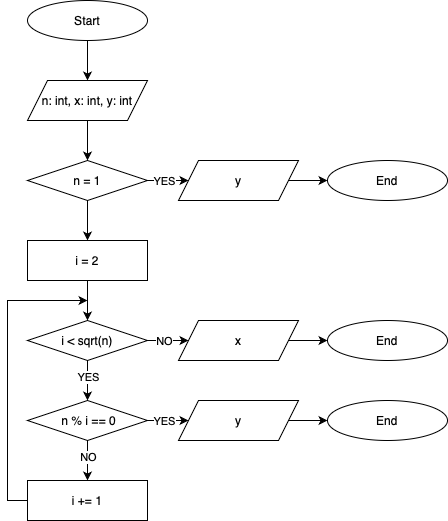
Before: data/human_eval/p150/fc/l3.drawio.png, a diagram exported from draw.io (carlodenardin/svlm). Source tidied: cells renumbered, new cells last; positions are measured from the earlier drawing's top-left corner, leaving out a move shared by most shapes. Source of this version:
```xml
<mxGraphModel background="#ffffff">
  <root>
    <mxCell id="0" />
    <mxCell id="1" parent="0" />
    <mxCell id="2" value="Start" style="ellipse;whiteSpace=wrap;html=1;" parent="1" vertex="1">
      <mxGeometry x="20" width="120" height="40" as="geometry" />
    </mxCell>
    <mxCell id="3" style="endArrow=classic;html=1;rounded=0;exitX=0.5;exitY=1;exitDx=0;exitDy=0;entryX=0.5;entryY=0;entryDx=0;entryDy=0;" parent="1" edge="1" source="2" target="6">
      <mxGeometry relative="1" as="geometry" />
    </mxCell>
    <mxCell id="4" value="End" style="ellipse;whiteSpace=wrap;html=1;" parent="1" vertex="1">
      <mxGeometry x="320" y="160" width="120" height="40" as="geometry" />
    </mxCell>
    <mxCell id="5" style="endArrow=classic;html=1;rounded=0;entryX=0;entryY=0.5;entryDx=0;entryDy=0;exitX=1;exitY=0.5;exitDx=0;exitDy=0;" parent="1" edge="1" source="9" target="4">
      <mxGeometry relative="1" as="geometry" />
    </mxCell>
    <mxCell id="6" value="n: int, x: int, y: int" style="shape=parallelogram;perimeter=parallelogramPerimeter;whiteSpace=wrap;html=1;fixedSize=1;" parent="1" vertex="1">
      <mxGeometry x="20" y="80" width="120" height="40" as="geometry" />
    </mxCell>
    <mxCell id="7" value="n = 1" style="rhombus;whiteSpace=wrap;html=1;" parent="1" vertex="1">
      <mxGeometry x="20" y="160" width="120" height="40" as="geometry" />
    </mxCell>
    <mxCell id="8" style="endArrow=classic;html=1;rounded=0;exitX=0.5;exitY=1;exitDx=0;exitDy=0;entryX=0.5;entryY=0;entryDx=0;entryDy=0;" parent="1" edge="1" source="6" target="7">
      <mxGeometry relative="1" as="geometry" />
    </mxCell>
    <mxCell id="9" value="y" style="shape=parallelogram;perimeter=parallelogramPerimeter;whiteSpace=wrap;html=1;fixedSize=1;" parent="1" vertex="1">
      <mxGeometry x="171" y="160" width="120" height="40" as="geometry" />
    </mxCell>
    <mxCell id="10" style="endArrow=classic;html=1;rounded=0;exitX=1;exitY=0.5;exitDx=0;exitDy=0;entryX=0;entryY=0.5;entryDx=0;entryDy=0;" parent="1" edge="1" source="7" target="9">
      <mxGeometry relative="1" as="geometry" />
    </mxCell>
    <mxCell id="11" value="YES" style="edgeLabel;html=1;align=center;verticalAlign=middle;" parent="10" vertex="1">
      <mxGeometry x="0.14" y="-2" relative="1" as="geometry">
        <mxPoint x="-7" y="-2" as="offset" />
      </mxGeometry>
    </mxCell>
    <mxCell id="12" style="endArrow=classic;html=1;rounded=0;exitX=0.5;exitY=1;exitDx=0;exitDy=0;entryX=0.5;entryY=0;entryDx=0;entryDy=0;" parent="1" edge="1" source="7" target="13">
      <mxGeometry relative="1" as="geometry" />
    </mxCell>
    <mxCell id="13" value="i = 2" style="rounded=0;whiteSpace=wrap;html=1;" parent="1" vertex="1">
      <mxGeometry x="20" y="240" width="120" height="40" as="geometry" />
    </mxCell>
    <mxCell id="14" value="&amp;nbsp;n % i == 0" style="rhombus;whiteSpace=wrap;html=1;" parent="1" vertex="1">
      <mxGeometry x="20" y="400" width="120" height="40" as="geometry" />
    </mxCell>
    <mxCell id="15" style="endArrow=classic;html=1;rounded=0;exitX=0.5;exitY=1;exitDx=0;exitDy=0;entryX=0.5;entryY=0;entryDx=0;entryDy=0;" parent="1" edge="1" source="13" target="19">
      <mxGeometry relative="1" as="geometry" />
    </mxCell>
    <mxCell id="16" style="endArrow=classic;html=1;rounded=0;exitX=0.5;exitY=1;exitDx=0;exitDy=0;entryX=0.5;entryY=0;entryDx=0;entryDy=0;" parent="1" edge="1" source="14" target="18">
      <mxGeometry relative="1" as="geometry" />
    </mxCell>
    <mxCell id="17" value="NO" style="edgeLabel;html=1;align=center;verticalAlign=middle;" parent="16" vertex="1">
      <mxGeometry x="-0.22" y="1" relative="1" as="geometry">
        <mxPoint x="-1" as="offset" />
      </mxGeometry>
    </mxCell>
    <mxCell id="18" value="i += 1" style="rounded=0;whiteSpace=wrap;html=1;" parent="1" vertex="1">
      <mxGeometry x="20" y="480" width="120" height="40" as="geometry" />
    </mxCell>
    <mxCell id="19" value="i &amp;lt; sqrt(n)" style="rhombus;whiteSpace=wrap;html=1;" parent="1" vertex="1">
      <mxGeometry x="20" y="320" width="120" height="40" as="geometry" />
    </mxCell>
    <mxCell id="20" style="endArrow=classic;html=1;rounded=0;exitX=0.5;exitY=1;exitDx=0;exitDy=0;entryX=0.5;entryY=0;entryDx=0;entryDy=0;" parent="1" edge="1" source="19" target="14">
      <mxGeometry relative="1" as="geometry" />
    </mxCell>
    <mxCell id="21" value="YES" style="edgeLabel;html=1;align=center;verticalAlign=middle;" parent="20" vertex="1">
      <mxGeometry x="-0.19" relative="1" as="geometry" />
    </mxCell>
    <mxCell id="22" value="End" style="ellipse;whiteSpace=wrap;html=1;" parent="1" vertex="1">
      <mxGeometry x="320" y="400" width="120" height="40" as="geometry" />
    </mxCell>
    <mxCell id="23" style="endArrow=classic;html=1;rounded=0;entryX=0;entryY=0.5;entryDx=0;entryDy=0;exitX=1;exitY=0.5;exitDx=0;exitDy=0;" parent="1" edge="1" source="24" target="22">
      <mxGeometry relative="1" as="geometry" />
    </mxCell>
    <mxCell id="24" value="y" style="shape=parallelogram;perimeter=parallelogramPerimeter;whiteSpace=wrap;html=1;fixedSize=1;" parent="1" vertex="1">
      <mxGeometry x="171" y="400" width="120" height="40" as="geometry" />
    </mxCell>
    <mxCell id="25" style="endArrow=classic;html=1;rounded=0;exitX=1;exitY=0.5;exitDx=0;exitDy=0;entryX=0;entryY=0.5;entryDx=0;entryDy=0;" parent="1" edge="1" target="24">
      <mxGeometry relative="1" as="geometry">
        <mxPoint x="140" y="420" as="sourcePoint" />
      </mxGeometry>
    </mxCell>
    <mxCell id="26" value="YES" style="edgeLabel;html=1;align=center;verticalAlign=middle;" parent="25" vertex="1">
      <mxGeometry x="0.14" y="-2" relative="1" as="geometry">
        <mxPoint x="-7" y="-2" as="offset" />
      </mxGeometry>
    </mxCell>
    <mxCell id="27" value="End" style="ellipse;whiteSpace=wrap;html=1;" parent="1" vertex="1">
      <mxGeometry x="320" y="320" width="120" height="40" as="geometry" />
    </mxCell>
    <mxCell id="28" style="endArrow=classic;html=1;rounded=0;entryX=0;entryY=0.5;entryDx=0;entryDy=0;exitX=1;exitY=0.5;exitDx=0;exitDy=0;" parent="1" edge="1" source="29" target="27">
      <mxGeometry relative="1" as="geometry" />
    </mxCell>
    <mxCell id="29" value="x" style="shape=parallelogram;perimeter=parallelogramPerimeter;whiteSpace=wrap;html=1;fixedSize=1;" parent="1" vertex="1">
      <mxGeometry x="171" y="320" width="120" height="40" as="geometry" />
    </mxCell>
    <mxCell id="30" style="endArrow=classic;html=1;rounded=0;exitX=1;exitY=0.5;exitDx=0;exitDy=0;entryX=0;entryY=0.5;entryDx=0;entryDy=0;" parent="1" edge="1" target="29">
      <mxGeometry relative="1" as="geometry">
        <mxPoint x="140" y="340" as="sourcePoint" />
      </mxGeometry>
    </mxCell>
    <mxCell id="31" value="NO" style="edgeLabel;html=1;align=center;verticalAlign=middle;" parent="30" vertex="1">
      <mxGeometry x="0.14" y="-2" relative="1" as="geometry">
        <mxPoint x="-7" y="-2" as="offset" />
      </mxGeometry>
    </mxCell>
    <mxCell id="32" style="endArrow=classic;html=1;rounded=0;exitX=0;exitY=0.5;exitDx=0;exitDy=0;" parent="1" edge="1" source="18">
      <mxGeometry relative="1" as="geometry">
        <mxPoint x="80" y="300" as="targetPoint" />
        <Array as="points">
          <mxPoint y="500" />
          <mxPoint y="300" />
        </Array>
      </mxGeometry>
    </mxCell>
  </root>
</mxGraphModel>
```
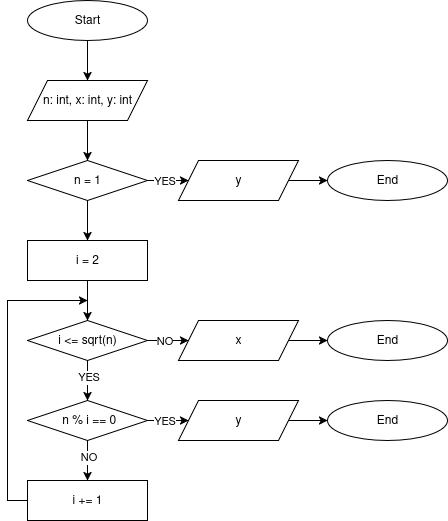
After the commit.

Change to the diagram source:
```diff
@@ -8,12 +8,12 @@
     <mxCell id="3" style="endArrow=classic;html=1;rounded=0;exitX=0.5;exitY=1;exitDx=0;exitDy=0;entryX=0.5;entryY=0;entryDx=0;entryDy=0;" parent="1" edge="1" source="2" target="6">
       <mxGeometry relative="1" as="geometry" />
     </mxCell>
-    <mxCell id="4" value="End" style="ellipse;whiteSpace=wrap;html=1;" parent="1" vertex="1">
-      <mxGeometry x="320" y="160" width="120" height="40" as="geometry" />
-    </mxCell>
-    <mxCell id="5" style="endArrow=classic;html=1;rounded=0;entryX=0;entryY=0.5;entryDx=0;entryDy=0;exitX=1;exitY=0.5;exitDx=0;exitDy=0;" parent="1" edge="1" source="9" target="4">
-      <mxGeometry relative="1" as="geometry" />
-    </mxCell>
+    <mxCell id="33" value="End" style="ellipse;whiteSpace=wrap;html=1;" parent="1" vertex="1">
+      <mxGeometry x="320" y="160" width="120" height="40" as="geometry" />
+    </mxCell>
+    <mxCell id="34" style="endArrow=classic;html=1;rounded=0;entryX=0;entryY=0.5;entryDx=0;entryDy=0;exitX=1;exitY=0.5;exitDx=0;exitDy=0;" parent="1" edge="1" source="35" target="33">
+      <mxGeometry relative="1" as="geometry" />
+    </mxCell>
     <mxCell id="6" value="n: int, x: int, y: int" style="shape=parallelogram;perimeter=parallelogramPerimeter;whiteSpace=wrap;html=1;fixedSize=1;" parent="1" vertex="1">
       <mxGeometry x="20" y="80" width="120" height="40" as="geometry" />
     </mxCell>
@@ -23,17 +23,17 @@
     <mxCell id="8" style="endArrow=classic;html=1;rounded=0;exitX=0.5;exitY=1;exitDx=0;exitDy=0;entryX=0.5;entryY=0;entryDx=0;entryDy=0;" parent="1" edge="1" source="6" target="7">
       <mxGeometry relative="1" as="geometry" />
     </mxCell>
-    <mxCell id="9" value="y" style="shape=parallelogram;perimeter=parallelogramPerimeter;whiteSpace=wrap;html=1;fixedSize=1;" parent="1" vertex="1">
-      <mxGeometry x="171" y="160" width="120" height="40" as="geometry" />
-    </mxCell>
-    <mxCell id="10" style="endArrow=classic;html=1;rounded=0;exitX=1;exitY=0.5;exitDx=0;exitDy=0;entryX=0;entryY=0.5;entryDx=0;entryDy=0;" parent="1" edge="1" source="7" target="9">
-      <mxGeometry relative="1" as="geometry" />
-    </mxCell>
-    <mxCell id="11" value="YES" style="edgeLabel;html=1;align=center;verticalAlign=middle;" parent="10" vertex="1">
-      <mxGeometry x="0.14" y="-2" relative="1" as="geometry">
-        <mxPoint x="-7" y="-2" as="offset" />
-      </mxGeometry>
-    </mxCell>
+    <mxCell id="35" value="y" style="shape=parallelogram;perimeter=parallelogramPerimeter;whiteSpace=wrap;html=1;fixedSize=1;" parent="1" vertex="1">
+      <mxGeometry x="171" y="160" width="120" height="40" as="geometry" />
+    </mxCell>
+    <mxCell id="36" style="endArrow=classic;html=1;rounded=0;exitX=1;exitY=0.5;exitDx=0;exitDy=0;entryX=0;entryY=0.5;entryDx=0;entryDy=0;" parent="1" edge="1" source="7" target="35">
+      <mxGeometry relative="1" as="geometry" />
+    </mxCell>
+    <mxCell id="37" value="YES" style="edgeLabel;html=1;align=center;verticalAlign=middle;" parent="36" vertex="1">
+      <mxGeometry x="0.14" y="-2" relative="1" as="geometry">
+        <mxPoint x="-7" y="-2" as="offset" />
+      </mxGeometry>
+    </mxCell>
     <mxCell id="12" style="endArrow=classic;html=1;rounded=0;exitX=0.5;exitY=1;exitDx=0;exitDy=0;entryX=0.5;entryY=0;entryDx=0;entryDy=0;" parent="1" edge="1" source="7" target="13">
       <mxGeometry relative="1" as="geometry" />
     </mxCell>
@@ -43,75 +43,75 @@
     <mxCell id="14" value="&amp;nbsp;n % i == 0" style="rhombus;whiteSpace=wrap;html=1;" parent="1" vertex="1">
       <mxGeometry x="20" y="400" width="120" height="40" as="geometry" />
     </mxCell>
-    <mxCell id="15" style="endArrow=classic;html=1;rounded=0;exitX=0.5;exitY=1;exitDx=0;exitDy=0;entryX=0.5;entryY=0;entryDx=0;entryDy=0;" parent="1" edge="1" source="13" target="19">
-      <mxGeometry relative="1" as="geometry" />
-    </mxCell>
+    <mxCell id="38" style="endArrow=classic;html=1;rounded=0;exitX=0.5;exitY=1;exitDx=0;exitDy=0;entryX=0.5;entryY=0;entryDx=0;entryDy=0;" parent="1" edge="1" source="13" target="40">
+      <mxGeometry relative="1" as="geometry" />
+    </mxCell>
     <mxCell id="16" style="endArrow=classic;html=1;rounded=0;exitX=0.5;exitY=1;exitDx=0;exitDy=0;entryX=0.5;entryY=0;entryDx=0;entryDy=0;" parent="1" edge="1" source="14" target="18">
       <mxGeometry relative="1" as="geometry" />
     </mxCell>
-    <mxCell id="17" value="NO" style="edgeLabel;html=1;align=center;verticalAlign=middle;" parent="16" vertex="1">
-      <mxGeometry x="-0.22" y="1" relative="1" as="geometry">
-        <mxPoint x="-1" as="offset" />
-      </mxGeometry>
-    </mxCell>
+    <mxCell id="39" value="NO" style="edgeLabel;html=1;align=center;verticalAlign=middle;" parent="16" vertex="1">
+      <mxGeometry x="-0.22" y="1" relative="1" as="geometry">
+        <mxPoint x="-1" as="offset" />
+      </mxGeometry>
+    </mxCell>
     <mxCell id="18" value="i += 1" style="rounded=0;whiteSpace=wrap;html=1;" parent="1" vertex="1">
       <mxGeometry x="20" y="480" width="120" height="40" as="geometry" />
     </mxCell>
-    <mxCell id="19" value="i &amp;lt; sqrt(n)" style="rhombus;whiteSpace=wrap;html=1;" parent="1" vertex="1">
-      <mxGeometry x="20" y="320" width="120" height="40" as="geometry" />
-    </mxCell>
-    <mxCell id="20" style="endArrow=classic;html=1;rounded=0;exitX=0.5;exitY=1;exitDx=0;exitDy=0;entryX=0.5;entryY=0;entryDx=0;entryDy=0;" parent="1" edge="1" source="19" target="14">
-      <mxGeometry relative="1" as="geometry" />
-    </mxCell>
-    <mxCell id="21" value="YES" style="edgeLabel;html=1;align=center;verticalAlign=middle;" parent="20" vertex="1">
-      <mxGeometry x="-0.19" relative="1" as="geometry" />
-    </mxCell>
-    <mxCell id="22" value="End" style="ellipse;whiteSpace=wrap;html=1;" parent="1" vertex="1">
-      <mxGeometry x="320" y="400" width="120" height="40" as="geometry" />
-    </mxCell>
-    <mxCell id="23" style="endArrow=classic;html=1;rounded=0;entryX=0;entryY=0.5;entryDx=0;entryDy=0;exitX=1;exitY=0.5;exitDx=0;exitDy=0;" parent="1" edge="1" source="24" target="22">
-      <mxGeometry relative="1" as="geometry" />
-    </mxCell>
-    <mxCell id="24" value="y" style="shape=parallelogram;perimeter=parallelogramPerimeter;whiteSpace=wrap;html=1;fixedSize=1;" parent="1" vertex="1">
-      <mxGeometry x="171" y="400" width="120" height="40" as="geometry" />
-    </mxCell>
-    <mxCell id="25" style="endArrow=classic;html=1;rounded=0;exitX=1;exitY=0.5;exitDx=0;exitDy=0;entryX=0;entryY=0.5;entryDx=0;entryDy=0;" parent="1" edge="1" target="24">
-      <mxGeometry relative="1" as="geometry">
-        <mxPoint x="140" y="420" as="sourcePoint" />
-      </mxGeometry>
-    </mxCell>
-    <mxCell id="26" value="YES" style="edgeLabel;html=1;align=center;verticalAlign=middle;" parent="25" vertex="1">
-      <mxGeometry x="0.14" y="-2" relative="1" as="geometry">
-        <mxPoint x="-7" y="-2" as="offset" />
-      </mxGeometry>
-    </mxCell>
-    <mxCell id="27" value="End" style="ellipse;whiteSpace=wrap;html=1;" parent="1" vertex="1">
-      <mxGeometry x="320" y="320" width="120" height="40" as="geometry" />
-    </mxCell>
-    <mxCell id="28" style="endArrow=classic;html=1;rounded=0;entryX=0;entryY=0.5;entryDx=0;entryDy=0;exitX=1;exitY=0.5;exitDx=0;exitDy=0;" parent="1" edge="1" source="29" target="27">
-      <mxGeometry relative="1" as="geometry" />
-    </mxCell>
+    <mxCell id="40" value="i &amp;lt;= sqrt(n)" style="rhombus;whiteSpace=wrap;html=1;" parent="1" vertex="1">
+      <mxGeometry x="20" y="320" width="120" height="40" as="geometry" />
+    </mxCell>
+    <mxCell id="41" style="endArrow=classic;html=1;rounded=0;exitX=0.5;exitY=1;exitDx=0;exitDy=0;entryX=0.5;entryY=0;entryDx=0;entryDy=0;" parent="1" edge="1" source="40" target="14">
+      <mxGeometry relative="1" as="geometry" />
+    </mxCell>
+    <mxCell id="42" value="YES" style="edgeLabel;html=1;align=center;verticalAlign=middle;" parent="41" vertex="1">
+      <mxGeometry x="-0.19" relative="1" as="geometry" />
+    </mxCell>
+    <mxCell id="43" value="End" style="ellipse;whiteSpace=wrap;html=1;" parent="1" vertex="1">
+      <mxGeometry x="320" y="400" width="120" height="40" as="geometry" />
+    </mxCell>
+    <mxCell id="44" style="endArrow=classic;html=1;rounded=0;entryX=0;entryY=0.5;entryDx=0;entryDy=0;exitX=1;exitY=0.5;exitDx=0;exitDy=0;" parent="1" edge="1" source="45" target="43">
+      <mxGeometry relative="1" as="geometry" />
+    </mxCell>
+    <mxCell id="45" value="y" style="shape=parallelogram;perimeter=parallelogramPerimeter;whiteSpace=wrap;html=1;fixedSize=1;" parent="1" vertex="1">
+      <mxGeometry x="171" y="400" width="120" height="40" as="geometry" />
+    </mxCell>
+    <mxCell id="46" style="endArrow=classic;html=1;rounded=0;exitX=1;exitY=0.5;exitDx=0;exitDy=0;entryX=0;entryY=0.5;entryDx=0;entryDy=0;" parent="1" edge="1" target="45">
+      <mxGeometry relative="1" as="geometry">
+        <mxPoint x="140" y="420" as="sourcePoint" />
+      </mxGeometry>
+    </mxCell>
+    <mxCell id="47" value="YES" style="edgeLabel;html=1;align=center;verticalAlign=middle;" parent="46" vertex="1">
+      <mxGeometry x="0.14" y="-2" relative="1" as="geometry">
+        <mxPoint x="-7" y="-2" as="offset" />
+      </mxGeometry>
+    </mxCell>
+    <mxCell id="48" value="End" style="ellipse;whiteSpace=wrap;html=1;" parent="1" vertex="1">
+      <mxGeometry x="320" y="320" width="120" height="40" as="geometry" />
+    </mxCell>
+    <mxCell id="49" style="endArrow=classic;html=1;rounded=0;entryX=0;entryY=0.5;entryDx=0;entryDy=0;exitX=1;exitY=0.5;exitDx=0;exitDy=0;" parent="1" edge="1" source="29" target="48">
+      <mxGeometry relative="1" as="geometry" />
+    </mxCell>
     <mxCell id="29" value="x" style="shape=parallelogram;perimeter=parallelogramPerimeter;whiteSpace=wrap;html=1;fixedSize=1;" parent="1" vertex="1">
       <mxGeometry x="171" y="320" width="120" height="40" as="geometry" />
     </mxCell>
-    <mxCell id="30" style="endArrow=classic;html=1;rounded=0;exitX=1;exitY=0.5;exitDx=0;exitDy=0;entryX=0;entryY=0.5;entryDx=0;entryDy=0;" parent="1" edge="1" target="29">
-      <mxGeometry relative="1" as="geometry">
-        <mxPoint x="140" y="340" as="sourcePoint" />
-      </mxGeometry>
-    </mxCell>
-    <mxCell id="31" value="NO" style="edgeLabel;html=1;align=center;verticalAlign=middle;" parent="30" vertex="1">
-      <mxGeometry x="0.14" y="-2" relative="1" as="geometry">
-        <mxPoint x="-7" y="-2" as="offset" />
-      </mxGeometry>
-    </mxCell>
-    <mxCell id="32" style="endArrow=classic;html=1;rounded=0;exitX=0;exitY=0.5;exitDx=0;exitDy=0;" parent="1" edge="1" source="18">
-      <mxGeometry relative="1" as="geometry">
-        <mxPoint x="80" y="300" as="targetPoint" />
-        <Array as="points">
-          <mxPoint y="500" />
-          <mxPoint y="300" />
-        </Array>
-      </mxGeometry>
-    </mxCell>
+    <mxCell id="50" style="endArrow=classic;html=1;rounded=0;exitX=1;exitY=0.5;exitDx=0;exitDy=0;entryX=0;entryY=0.5;entryDx=0;entryDy=0;" parent="1" edge="1" target="29">
+      <mxGeometry relative="1" as="geometry">
+        <mxPoint x="140" y="340" as="sourcePoint" />
+      </mxGeometry>
+    </mxCell>
+    <mxCell id="51" value="NO" style="edgeLabel;html=1;align=center;verticalAlign=middle;" parent="50" vertex="1">
+      <mxGeometry x="0.14" y="-2" relative="1" as="geometry">
+        <mxPoint x="-7" y="-2" as="offset" />
+      </mxGeometry>
+    </mxCell>
+    <mxCell id="52" style="endArrow=classic;html=1;rounded=0;exitX=0;exitY=0.5;exitDx=0;exitDy=0;" parent="1" edge="1" source="18">
+      <mxGeometry relative="1" as="geometry">
+        <mxPoint x="80" y="300" as="targetPoint" />
+        <Array as="points">
+          <mxPoint y="500" />
+          <mxPoint y="300" />
+        </Array>
+      </mxGeometry>
+    </mxCell>
   </root>
 </mxGraphModel>
```
